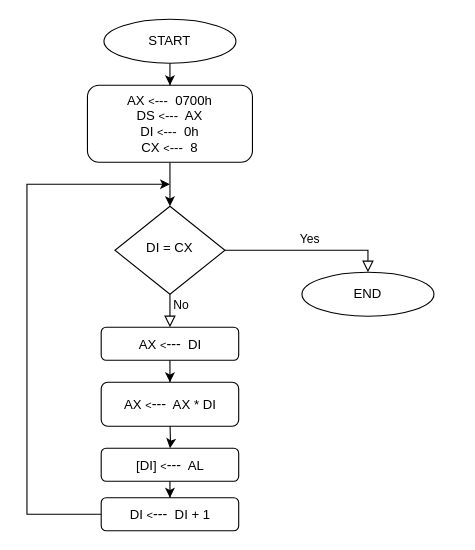
The draw.io diagram micro3.drawio in mmuurraatt/My-Projects-On-Github, before the edit. Source tidied: cells renumbered, new cells numbered last; positions are measured from the earlier drawing's top-left corner, leaving out a move shared by most shapes. Both pictures are drawn from the tidied source at 110%, with x=0, y=0 at pixel (26, 19).
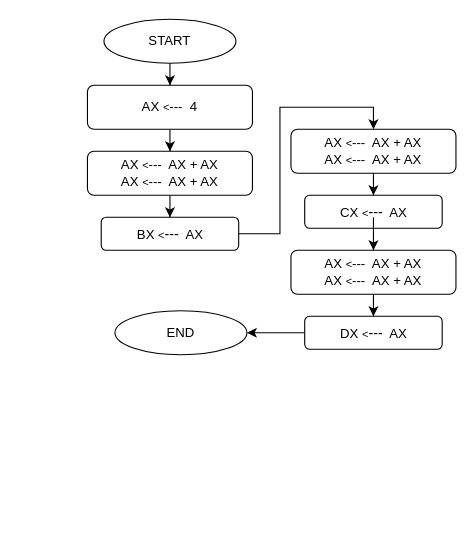
The same diagram, later.

Change to the diagram source:
```diff
@@
-    <mxCell id="2" style="edgeStyle=orthogonalEdgeStyle;rounded=0;jettySize=auto;html=1;" parent="1" edge="1" source="3">
-      <mxGeometry relative="1" as="geometry">
-        <mxPoint x="130" y="170" as="targetPoint" />
-      </mxGeometry>
+    <mxCell id="2" style="edgeStyle=orthogonalEdgeStyle;rounded=0;jettySize=auto;html=1;entryX=0.5;entryY=0;entryDx=0;entryDy=0;" parent="1" edge="1" source="3" target="20">
+      <mxGeometry relative="1" as="geometry" />
     </mxCell>
-    <mxCell id="3" value="AX &lt;font size=&quot;1&quot;&gt;&amp;lt;&lt;/font&gt;---&amp;nbsp; 0700h&lt;br&gt;DS&amp;nbsp;&lt;font style=&quot;font-size: 10px&quot;&gt;&amp;lt;&lt;/font&gt;&lt;font style=&quot;font-size: 12px&quot;&gt;---&lt;/font&gt;&amp;nbsp; AX&lt;br&gt;DI&amp;nbsp;&lt;font size=&quot;1&quot;&gt;&amp;lt;&lt;/font&gt;---&amp;nbsp; 0h&lt;br&gt;CX&amp;nbsp;&lt;font size=&quot;1&quot;&gt;&amp;lt;&lt;/font&gt;---&amp;nbsp; 8" style="rounded=1;whiteSpace=wrap;html=1;fontSize=12;glass=0;strokeWidth=1;shadow=0;" parent="1" vertex="1">
-      <mxGeometry x="55" y="60" width="150" height="70" as="geometry" />
+    <mxCell id="3" value="AX &lt;font size=&quot;1&quot;&gt;&amp;lt;&lt;/font&gt;---&amp;nbsp; 4" style="rounded=1;whiteSpace=wrap;html=1;fontSize=12;glass=0;strokeWidth=1;shadow=0;" parent="1" vertex="1">
+      <mxGeometry x="55" y="60" width="150" height="40" as="geometry" />
     </mxCell>
@@
-    <mxCell id="7" style="edgeStyle=orthogonalEdgeStyle;rounded=0;jettySize=auto;html=1;" parent="1" edge="1" source="8" target="12">
-      <mxGeometry relative="1" as="geometry" />
-    </mxCell>
-    <mxCell id="8" value="AX&amp;nbsp;&lt;font style=&quot;font-size: 10px&quot;&gt;&amp;lt;&lt;/font&gt;&lt;font style=&quot;font-size: 13px&quot;&gt;---&lt;/font&gt;&amp;nbsp; DI" style="rounded=1;whiteSpace=wrap;html=1;fontSize=12;glass=0;strokeWidth=1;shadow=0;" parent="1" vertex="1">
-      <mxGeometry x="67.5" y="280" width="125" height="30" as="geometry" />
-    </mxCell>
-    <mxCell id="9" style="edgeStyle=orthogonalEdgeStyle;rounded=0;jettySize=auto;html=1;" parent="1" edge="1" source="10" target="18">
-      <mxGeometry relative="1" as="geometry" />
-    </mxCell>
-    <mxCell id="10" value="[DI]&amp;nbsp;&lt;font style=&quot;font-size: 10px&quot;&gt;&amp;lt;&lt;/font&gt;&lt;font style=&quot;font-size: 13px&quot;&gt;---&lt;/font&gt;&amp;nbsp; AL" style="rounded=1;whiteSpace=wrap;html=1;fontSize=12;glass=0;strokeWidth=1;shadow=0;" parent="1" vertex="1">
-      <mxGeometry x="67.5" y="390" width="125" height="30" as="geometry" />
-    </mxCell>
-    <mxCell id="11" style="edgeStyle=orthogonalEdgeStyle;rounded=0;jettySize=auto;html=1;fontSize=12;" parent="1" edge="1" target="10">
-      <mxGeometry relative="1" as="geometry">
-        <mxPoint x="130" y="365" as="sourcePoint" />
-      </mxGeometry>
-    </mxCell>
-    <mxCell id="12" value="AX&amp;nbsp;&lt;font style=&quot;font-size: 10px&quot;&gt;&amp;lt;&lt;/font&gt;&lt;font style=&quot;font-size: 13px&quot;&gt;---&lt;/font&gt;&amp;nbsp; AX * DI" style="rounded=1;whiteSpace=wrap;html=1;fontSize=12;glass=0;strokeWidth=1;shadow=0;" parent="1" vertex="1">
-      <mxGeometry x="67.5" y="330" width="125" height="40" as="geometry" />
-    </mxCell>
     <mxCell id="13" value="END" style="ellipse;whiteSpace=wrap;html=1;" parent="1" vertex="1">
-      <mxGeometry x="250" y="230" width="120" height="40" as="geometry" />
+      <mxGeometry x="80" y="265" width="120" height="40" as="geometry" />
     </mxCell>
-    <mxCell id="14" value="DI = CX" style="rhombus;whiteSpace=wrap;html=1;shadow=0;fontFamily=Helvetica;fontSize=12;align=center;strokeWidth=1;spacing=6;spacingTop=-4;" parent="1" vertex="1">
-      <mxGeometry x="80" y="170" width="100" height="80" as="geometry" />
-    </mxCell>
-    <mxCell id="15" value="No" style="edgeStyle=orthogonalEdgeStyle;rounded=0;html=1;jettySize=auto;fontSize=11;endArrow=block;endFill=0;endSize=8;strokeWidth=1;shadow=0;labelBackgroundColor=none;entryX=0.5;entryY=0;entryDx=0;entryDy=0;" parent="1" edge="1" source="14" target="8">
-      <mxGeometry x="0.2" y="10" relative="1" as="geometry" />
-    </mxCell>
-    <mxCell id="16" value="Yes" style="rounded=0;html=1;jettySize=auto;fontSize=11;endArrow=block;endFill=0;endSize=8;strokeWidth=1;shadow=0;labelBackgroundColor=none;edgeStyle=orthogonalEdgeStyle;exitX=1;exitY=0.5;exitDx=0;exitDy=0;entryX=0.5;entryY=0;entryDx=0;entryDy=0;" parent="1" edge="1" source="14" target="13">
-      <mxGeometry x="0.02" y="10" relative="1" as="geometry">
-        <Array as="points">
-          <mxPoint x="310" y="210" />
-        </Array>
-      </mxGeometry>
-    </mxCell>
-    <mxCell id="17" style="edgeStyle=orthogonalEdgeStyle;rounded=0;jettySize=auto;html=1;" parent="1" edge="1" source="18">
-      <mxGeometry relative="1" as="geometry">
-        <mxPoint x="130" y="150" as="targetPoint" />
-        <Array as="points">
-          <mxPoint y="450" />
-          <mxPoint y="150" />
-        </Array>
-      </mxGeometry>
-    </mxCell>
-    <mxCell id="18" value="DI&amp;nbsp;&lt;font size=&quot;1&quot;&gt;&amp;lt;&lt;/font&gt;&lt;font style=&quot;font-size: 13px&quot;&gt;---&lt;/font&gt;&amp;nbsp; DI + 1" style="rounded=1;whiteSpace=wrap;html=1;fontSize=12;glass=0;strokeWidth=1;shadow=0;" parent="1" vertex="1">
-      <mxGeometry x="67.5" y="435" width="125" height="30" as="geometry" />
-    </mxCell>
+    <mxCell id="19" style="edgeStyle=orthogonalEdgeStyle;rounded=0;jettySize=auto;html=1;" parent="1" edge="1" source="20" target="22">
+      <mxGeometry relative="1" as="geometry" />
+    </mxCell>
+    <mxCell id="20" value="AX &lt;font size=&quot;1&quot;&gt;&amp;lt;&lt;/font&gt;---&amp;nbsp; AX + AX&lt;br&gt;AX&amp;nbsp;&lt;font style=&quot;font-size: 10px&quot;&gt;&amp;lt;&lt;/font&gt;&lt;font style=&quot;font-size: 12px&quot;&gt;---&lt;/font&gt;&amp;nbsp; AX + AX" style="rounded=1;whiteSpace=wrap;html=1;fontSize=12;glass=0;strokeWidth=1;shadow=0;" parent="1" vertex="1">
+      <mxGeometry x="55" y="120" width="150" height="40" as="geometry" />
+    </mxCell>
+    <mxCell id="21" style="edgeStyle=orthogonalEdgeStyle;rounded=0;jettySize=auto;html=1;entryX=0.5;entryY=0;entryDx=0;entryDy=0;" parent="1" edge="1" source="22" target="24">
+      <mxGeometry relative="1" as="geometry">
+        <Array as="points">
+          <mxPoint x="230" y="195" />
+          <mxPoint x="230" y="80" />
+          <mxPoint x="315" y="80" />
+        </Array>
+      </mxGeometry>
+    </mxCell>
+    <mxCell id="22" value="BX&amp;nbsp;&lt;font style=&quot;font-size: 10px&quot;&gt;&amp;lt;&lt;/font&gt;&lt;font style=&quot;font-size: 13px&quot;&gt;---&lt;/font&gt;&amp;nbsp; AX" style="rounded=1;whiteSpace=wrap;html=1;fontSize=12;glass=0;strokeWidth=1;shadow=0;" parent="1" vertex="1">
+      <mxGeometry x="67.5" y="180" width="125" height="30" as="geometry" />
+    </mxCell>
+    <mxCell id="23" style="edgeStyle=orthogonalEdgeStyle;rounded=0;jettySize=auto;html=1;" parent="1" edge="1" source="24" target="25">
+      <mxGeometry relative="1" as="geometry" />
+    </mxCell>
+    <mxCell id="24" value="AX &lt;font size=&quot;1&quot;&gt;&amp;lt;&lt;/font&gt;---&amp;nbsp; AX + AX&lt;br&gt;AX&amp;nbsp;&lt;font style=&quot;font-size: 10px&quot;&gt;&amp;lt;&lt;/font&gt;&lt;font style=&quot;font-size: 12px&quot;&gt;---&lt;/font&gt;&amp;nbsp; AX + AX" style="rounded=1;whiteSpace=wrap;html=1;fontSize=12;glass=0;strokeWidth=1;shadow=0;" parent="1" vertex="1">
+      <mxGeometry x="240" y="100" width="150" height="40" as="geometry" />
+    </mxCell>
+    <mxCell id="25" value="CX&amp;nbsp;&lt;font style=&quot;font-size: 10px&quot;&gt;&amp;lt;&lt;/font&gt;&lt;font style=&quot;font-size: 13px&quot;&gt;---&lt;/font&gt;&amp;nbsp; AX" style="rounded=1;whiteSpace=wrap;html=1;fontSize=12;glass=0;strokeWidth=1;shadow=0;" parent="1" vertex="1">
+      <mxGeometry x="252.5" y="160" width="125" height="30" as="geometry" />
+    </mxCell>
+    <mxCell id="26" style="edgeStyle=orthogonalEdgeStyle;rounded=0;jettySize=auto;html=1;" parent="1" edge="1" target="28">
+      <mxGeometry relative="1" as="geometry">
+        <mxPoint x="315" y="220" as="sourcePoint" />
+        <Array as="points">
+          <mxPoint x="315" y="180" />
+          <mxPoint x="315" y="180" />
+        </Array>
+      </mxGeometry>
+    </mxCell>
+    <mxCell id="27" style="edgeStyle=orthogonalEdgeStyle;rounded=0;jettySize=auto;html=1;" parent="1" edge="1" source="28" target="30">
+      <mxGeometry relative="1" as="geometry" />
+    </mxCell>
+    <mxCell id="28" value="AX &lt;font size=&quot;1&quot;&gt;&amp;lt;&lt;/font&gt;---&amp;nbsp; AX + AX&lt;br&gt;AX&amp;nbsp;&lt;font style=&quot;font-size: 10px&quot;&gt;&amp;lt;&lt;/font&gt;&lt;font style=&quot;font-size: 12px&quot;&gt;---&lt;/font&gt;&amp;nbsp; AX + AX" style="rounded=1;whiteSpace=wrap;html=1;fontSize=12;glass=0;strokeWidth=1;shadow=0;" parent="1" vertex="1">
+      <mxGeometry x="240" y="210" width="150" height="40" as="geometry" />
+    </mxCell>
+    <mxCell id="29" style="edgeStyle=orthogonalEdgeStyle;rounded=0;jettySize=auto;html=1;" parent="1" edge="1" source="30" target="13">
+      <mxGeometry relative="1" as="geometry" />
+    </mxCell>
+    <mxCell id="30" value="DX&amp;nbsp;&lt;font style=&quot;font-size: 10px&quot;&gt;&amp;lt;&lt;/font&gt;&lt;font style=&quot;font-size: 13px&quot;&gt;---&lt;/font&gt;&amp;nbsp; AX" style="rounded=1;whiteSpace=wrap;html=1;fontSize=12;glass=0;strokeWidth=1;shadow=0;" parent="1" vertex="1">
+      <mxGeometry x="252.5" y="270" width="125" height="30" as="geometry" />
+    </mxCell>
```
